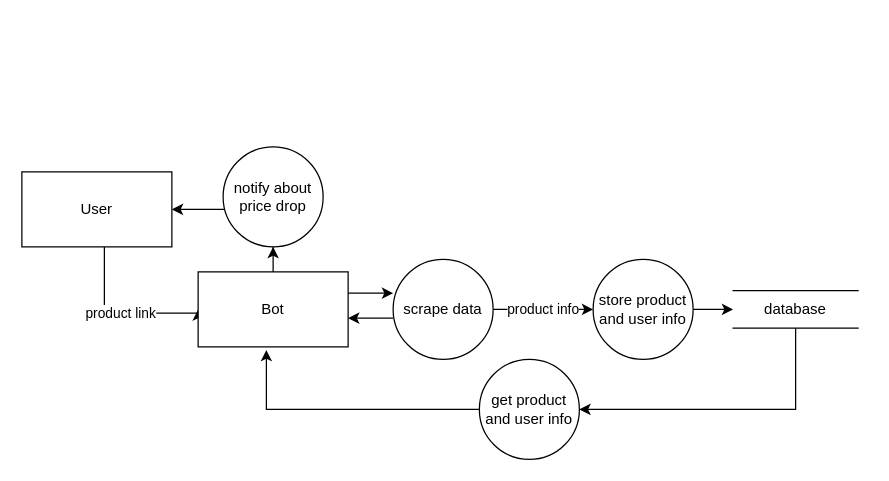
dinesh-58/draw.io-diagrams-storage keeps this draw.io diagram as daraz-bot/dfd1.drawio. Above is the earlier version. Source tidied: cells renumbered, new cells numbered last; positions are measured from the earlier drawing's top-left corner, leaving out a move shared by most shapes. Both pictures are drawn from the tidied source at 125%, with x=0, y=0 at pixel (21, 146).
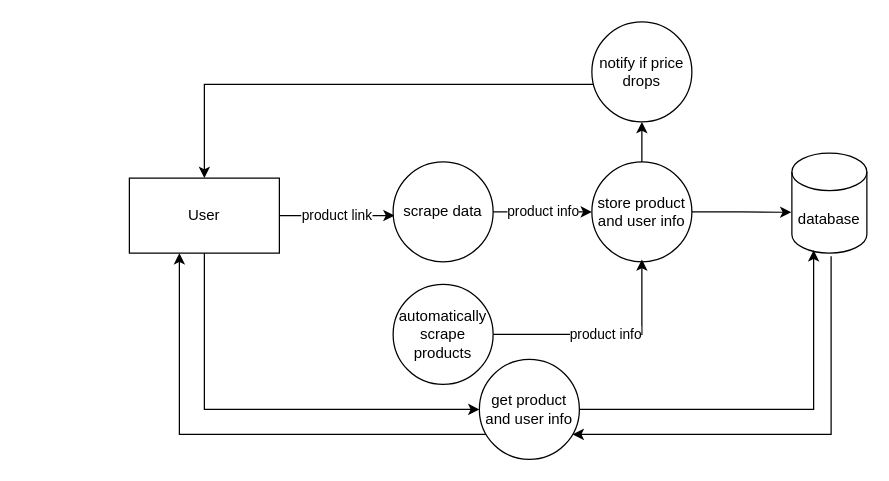
The same page after the edit.

Unchanged cells that the change refers to:
```xml
<mxCell id="16" value="get product and user info" style="ellipse;whiteSpace=wrap;html=1;" parent="1" vertex="1">
  <mxGeometry x="366" y="170" width="80" height="80" as="geometry" />
</mxCell>
```

Diff of the diagram source:
```diff
@@
-    <mxCell id="2" value="product link" style="edgeStyle=orthogonalEdgeStyle;rounded=0;jettySize=auto;html=1;entryX=0;entryY=0.5;entryDx=0;entryDy=0;" parent="1" edge="1" source="3" target="12">
+    <mxCell id="2" value="product link" style="edgeStyle=orthogonalEdgeStyle;rounded=0;jettySize=auto;html=1;entryX=0.014;entryY=0.537;entryDx=0;entryDy=0;entryPerimeter=0;" parent="1" edge="1" source="3" target="6">
       <mxGeometry relative="1" as="geometry">
         <Array as="points">
-          <mxPoint x="66" y="133" />
-          <mxPoint x="141" y="133" />
+          <mxPoint x="246" y="55" />
+          <mxPoint x="246" y="55" />
         </Array>
       </mxGeometry>
     </mxCell>
+    <mxCell id="18" style="edgeStyle=orthogonalEdgeStyle;rounded=0;jettySize=auto;html=1;entryX=0;entryY=0.5;entryDx=0;entryDy=0;" parent="1" edge="1" source="3" target="16">
+      <mxGeometry relative="1" as="geometry">
+        <Array as="points">
+          <mxPoint x="146" y="210" />
+        </Array>
+      </mxGeometry>
+    </mxCell>
     <mxCell id="3" value="User" style="rounded=0;whiteSpace=wrap;html=1;" parent="1" vertex="1">
-      <mxGeometry y="20" width="120" height="60" as="geometry" />
+      <mxGeometry x="86" y="25" width="120" height="60" as="geometry" />
     </mxCell>
@@
-    <mxCell id="5" style="edgeStyle=orthogonalEdgeStyle;rounded=0;orthogonalLoop=1;jettySize=auto;html=1;" parent="1" edge="1">
-      <mxGeometry relative="1" as="geometry">
-        <mxPoint x="297" y="137" as="sourcePoint" />
-        <mxPoint x="261" y="137" as="targetPoint" />
-      </mxGeometry>
-    </mxCell>
     <mxCell id="6" value="scrape data" style="ellipse;whiteSpace=wrap;html=1;rounded=0;" parent="1" vertex="1">
-      <mxGeometry x="297" y="90" width="80" height="80" as="geometry" />
+      <mxGeometry x="297" y="12" width="80" height="80" as="geometry" />
     </mxCell>
-    <mxCell id="7" style="edgeStyle=orthogonalEdgeStyle;rounded=0;jettySize=auto;html=1;" parent="1" edge="1" source="8" target="9">
+    <mxCell id="7" style="edgeStyle=orthogonalEdgeStyle;rounded=0;jettySize=auto;html=1;entryX=-0.007;entryY=0.592;entryDx=0;entryDy=0;entryPerimeter=0;" parent="1" edge="1" source="8" target="9">
       <mxGeometry relative="1" as="geometry" />
     </mxCell>
+    <mxCell id="19" style="edgeStyle=orthogonalEdgeStyle;rounded=0;jettySize=auto;html=1;" parent="1" edge="1" source="8" target="14">
+      <mxGeometry relative="1" as="geometry" />
+    </mxCell>
     <mxCell id="8" value="store product and user info" style="ellipse;whiteSpace=wrap;html=1;rounded=0;" parent="1" vertex="1">
-      <mxGeometry x="457" y="90" width="80" height="80" as="geometry" />
+      <mxGeometry x="456" y="12" width="80" height="80" as="geometry" />
     </mxCell>
-    <mxCell id="9" value="database" style="html=1;dashed=0;whiteSpace=wrap;shape=partialRectangle;right=0;left=0;" parent="1" vertex="1">
-      <mxGeometry x="569" y="115" width="100" height="30" as="geometry" />
-    </mxCell>
-    <mxCell id="10" style="edgeStyle=orthogonalEdgeStyle;rounded=0;orthogonalLoop=1;jettySize=auto;html=1;" parent="1" edge="1">
-      <mxGeometry relative="1" as="geometry">
-        <mxPoint x="261" y="117" as="sourcePoint" />
-        <mxPoint x="297" y="117" as="targetPoint" />
-      </mxGeometry>
-    </mxCell>
-    <mxCell id="11" style="edgeStyle=orthogonalEdgeStyle;rounded=0;jettySize=auto;html=1;" parent="1" edge="1" source="12" target="14">
-      <mxGeometry relative="1" as="geometry" />
-    </mxCell>
-    <mxCell id="12" value="Bot" style="rounded=0;whiteSpace=wrap;html=1;" parent="1" vertex="1">
-      <mxGeometry x="141" y="100" width="120" height="60" as="geometry" />
-    </mxCell>
     <mxCell id="13" style="edgeStyle=orthogonalEdgeStyle;rounded=0;jettySize=auto;html=1;" parent="1" edge="1" source="14" target="3">
       <mxGeometry relative="1" as="geometry">
         <Array as="points">
-          <mxPoint x="146" y="50" />
-          <mxPoint x="146" y="50" />
+          <mxPoint x="146" y="-50" />
         </Array>
       </mxGeometry>
     </mxCell>
-    <mxCell id="14" value="notify about price drop" style="ellipse;whiteSpace=wrap;html=1;rounded=0;" parent="1" vertex="1">
-      <mxGeometry x="161" width="80" height="80" as="geometry" />
+    <mxCell id="14" value="notify if price drops" style="ellipse;whiteSpace=wrap;html=1;rounded=0;" parent="1" vertex="1">
+      <mxGeometry x="456" y="-100" width="80" height="80" as="geometry" />
     </mxCell>
-    <mxCell id="15" style="edgeStyle=orthogonalEdgeStyle;rounded=0;jettySize=auto;html=1;entryX=0.5;entryY=1;entryDx=0;entryDy=0;startArrow=classic;startFill=1;endArrow=none;endFill=0;" parent="1" edge="1" source="16" target="9">
-      <mxGeometry relative="1" as="geometry" />
+    <mxCell id="15" style="edgeStyle=orthogonalEdgeStyle;rounded=0;jettySize=auto;html=1;entryX=0.523;entryY=1.031;entryDx=0;entryDy=0;startArrow=classic;startFill=1;endArrow=none;endFill=0;entryPerimeter=0;" parent="1" edge="1" source="16" target="9">
+      <mxGeometry relative="1" as="geometry">
+        <Array as="points">
+          <mxPoint x="647" y="230" />
+        </Array>
+      </mxGeometry>
     </mxCell>
@@
-    <mxCell id="17" style="edgeStyle=orthogonalEdgeStyle;rounded=0;jettySize=auto;html=1;entryX=0.455;entryY=1.042;entryDx=0;entryDy=0;entryPerimeter=0;" parent="1" edge="1" source="16" target="12">
-      <mxGeometry relative="1" as="geometry" />
+    <mxCell id="17" style="edgeStyle=orthogonalEdgeStyle;rounded=0;jettySize=auto;html=1;" parent="1" edge="1" source="16" target="3">
+      <mxGeometry relative="1" as="geometry">
+        <Array as="points">
+          <mxPoint x="126" y="230" />
+        </Array>
+      </mxGeometry>
     </mxCell>
+    <mxCell id="9" value="database" style="shape=cylinder3;whiteSpace=wrap;html=1;boundedLbl=1;backgroundOutline=1;size=15;" parent="1" vertex="1">
+      <mxGeometry x="616" y="5" width="60" height="80" as="geometry" />
+    </mxCell>
+    <mxCell id="20" style="edgeStyle=orthogonalEdgeStyle;rounded=0;jettySize=auto;html=1;entryX=0.29;entryY=0.971;entryDx=0;entryDy=0;entryPerimeter=0;" parent="1" edge="1" source="16" target="9">
+      <mxGeometry relative="1" as="geometry" />
+    </mxCell>
+    <mxCell id="21" value="product info" style="edgeStyle=orthogonalEdgeStyle;rounded=0;jettySize=auto;html=1;" parent="1" edge="1" source="22">
+      <mxGeometry relative="1" as="geometry">
+        <mxPoint x="496" y="90" as="targetPoint" />
+        <Array as="points">
+          <mxPoint x="496" y="150" />
+          <mxPoint x="496" y="94" />
+        </Array>
+      </mxGeometry>
+    </mxCell>
+    <mxCell id="22" value="automatically scrape products" style="ellipse;whiteSpace=wrap;html=1;" parent="1" vertex="1">
+      <mxGeometry x="297" y="110" width="80" height="80" as="geometry" />
+    </mxCell>
```
